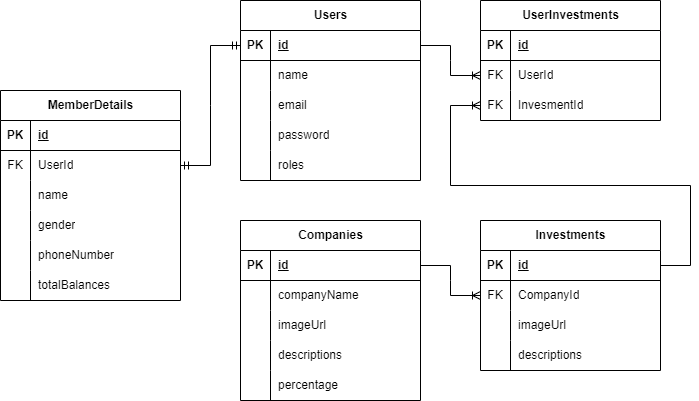
Firkhie/H8-P1-PairProject-Firdig-Annisa keeps this draw.io diagram as Skema ERD.png. Above is the earlier version. Source tidied: cells renumbered, new cells last; positions are measured from the earlier drawing's top-left corner, leaving out a move shared by most shapes.
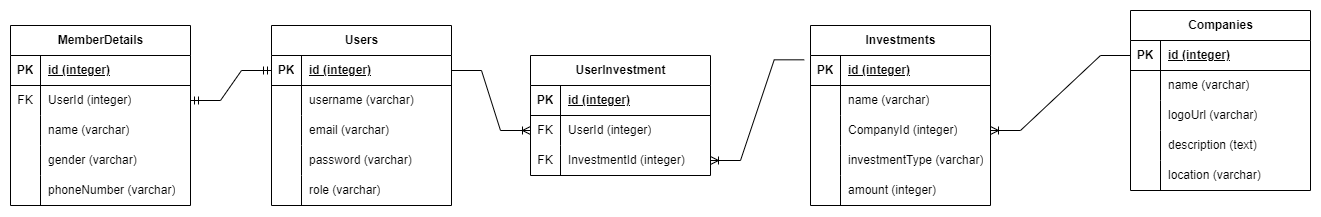
The same diagram one commit later.

Commit message:
revisi ERD

Change to the diagram source:
```diff
@@ -5,3 +5,3 @@
     <mxCell id="2" value="Users" style="shape=table;startSize=30;rowLines=0;fontStyle=1;align=center;html=1;" parent="1" vertex="1">
-      <mxGeometry x="240" width="180" height="180" as="geometry" />
+      <mxGeometry x="211" y="170" width="180" height="180" as="geometry" />
     </mxCell>
@@ -13,3 +13,3 @@
     </mxCell>
-    <mxCell id="5" value="id" style="shape=partialRectangle;fillColor=none;top=0;left=0;bottom=0;right=0;align=left;spacingLeft=6;fontStyle=5;overflow=hidden;whiteSpace=wrap;html=1;" parent="3" vertex="1">
+    <mxCell id="5" value="id&amp;nbsp;(integer)" style="shape=partialRectangle;fillColor=none;top=0;left=0;bottom=0;right=0;align=left;spacingLeft=6;fontStyle=5;overflow=hidden;whiteSpace=wrap;html=1;" parent="3" vertex="1">
       <mxGeometry x="30" width="150" height="30" as="geometry" />
@@ -22,3 +22,3 @@
     </mxCell>
-    <mxCell id="8" value="name" style="shape=partialRectangle;fillColor=none;top=0;left=0;bottom=0;right=0;align=left;spacingLeft=6;overflow=hidden;whiteSpace=wrap;html=1;" parent="6" vertex="1">
+    <mxCell id="8" value="username (varchar)" style="shape=partialRectangle;fillColor=none;top=0;left=0;bottom=0;right=0;align=left;spacingLeft=6;overflow=hidden;whiteSpace=wrap;html=1;" parent="6" vertex="1">
       <mxGeometry x="30" width="150" height="30" as="geometry" />
@@ -31,3 +31,3 @@
     </mxCell>
-    <mxCell id="11" value="email" style="shape=partialRectangle;fillColor=none;top=0;left=0;bottom=0;right=0;align=left;spacingLeft=6;overflow=hidden;whiteSpace=wrap;html=1;" parent="9" vertex="1">
+    <mxCell id="11" value="email (varchar)" style="shape=partialRectangle;fillColor=none;top=0;left=0;bottom=0;right=0;align=left;spacingLeft=6;overflow=hidden;whiteSpace=wrap;html=1;" parent="9" vertex="1">
       <mxGeometry x="30" width="150" height="30" as="geometry" />
@@ -40,3 +40,3 @@
     </mxCell>
-    <mxCell id="14" value="password" style="shape=partialRectangle;fillColor=none;top=0;left=0;bottom=0;right=0;align=left;spacingLeft=6;overflow=hidden;whiteSpace=wrap;html=1;" parent="12" vertex="1">
+    <mxCell id="14" value="password (varchar)" style="shape=partialRectangle;fillColor=none;top=0;left=0;bottom=0;right=0;align=left;spacingLeft=6;overflow=hidden;whiteSpace=wrap;html=1;" parent="12" vertex="1">
       <mxGeometry x="30" width="150" height="30" as="geometry" />
@@ -49,3 +49,3 @@
     </mxCell>
-    <mxCell id="17" value="roles" style="shape=partialRectangle;fillColor=none;top=0;left=0;bottom=0;right=0;align=left;spacingLeft=6;overflow=hidden;whiteSpace=wrap;html=1;" parent="15" vertex="1">
+    <mxCell id="17" value="role (varchar)" style="shape=partialRectangle;fillColor=none;top=0;left=0;bottom=0;right=0;align=left;spacingLeft=6;overflow=hidden;whiteSpace=wrap;html=1;" parent="15" vertex="1">
       <mxGeometry x="30" width="150" height="30" as="geometry" />
@@ -53,3 +53,3 @@
     <mxCell id="18" value="MemberDetails" style="shape=table;startSize=30;rowLines=0;fontStyle=1;align=center;html=1;" parent="1" vertex="1">
-      <mxGeometry y="90" width="180" height="210" as="geometry" />
+      <mxGeometry x="-50" y="170" width="180" height="180" as="geometry" />
     </mxCell>
@@ -61,3 +61,3 @@
     </mxCell>
-    <mxCell id="21" value="id" style="shape=partialRectangle;fillColor=none;top=0;left=0;bottom=0;right=0;align=left;spacingLeft=6;fontStyle=5;overflow=hidden;whiteSpace=wrap;html=1;" parent="19" vertex="1">
+    <mxCell id="21" value="id&amp;nbsp;(integer)" style="shape=partialRectangle;fillColor=none;top=0;left=0;bottom=0;right=0;align=left;spacingLeft=6;fontStyle=5;overflow=hidden;whiteSpace=wrap;html=1;" parent="19" vertex="1">
       <mxGeometry x="30" width="150" height="30" as="geometry" />
@@ -70,3 +70,3 @@
     </mxCell>
-    <mxCell id="24" value="UserId" style="shape=partialRectangle;fillColor=none;top=0;left=0;bottom=0;right=0;align=left;spacingLeft=6;overflow=hidden;whiteSpace=wrap;html=1;" parent="22" vertex="1">
+    <mxCell id="24" value="UserId (integer)" style="shape=partialRectangle;fillColor=none;top=0;left=0;bottom=0;right=0;align=left;spacingLeft=6;overflow=hidden;whiteSpace=wrap;html=1;" parent="22" vertex="1">
       <mxGeometry x="30" width="150" height="30" as="geometry" />
@@ -79,3 +79,3 @@
     </mxCell>
-    <mxCell id="27" value="name" style="shape=partialRectangle;fillColor=none;top=0;left=0;bottom=0;right=0;align=left;spacingLeft=6;overflow=hidden;whiteSpace=wrap;html=1;" parent="25" vertex="1">
+    <mxCell id="27" value="name (varchar)" style="shape=partialRectangle;fillColor=none;top=0;left=0;bottom=0;right=0;align=left;spacingLeft=6;overflow=hidden;whiteSpace=wrap;html=1;" parent="25" vertex="1">
       <mxGeometry x="30" width="150" height="30" as="geometry" />
@@ -88,3 +88,3 @@
     </mxCell>
-    <mxCell id="30" value="gender" style="shape=partialRectangle;fillColor=none;top=0;left=0;bottom=0;right=0;align=left;spacingLeft=6;overflow=hidden;whiteSpace=wrap;html=1;" parent="28" vertex="1">
+    <mxCell id="30" value="gender (varchar)" style="shape=partialRectangle;fillColor=none;top=0;left=0;bottom=0;right=0;align=left;spacingLeft=6;overflow=hidden;whiteSpace=wrap;html=1;" parent="28" vertex="1">
       <mxGeometry x="30" width="150" height="30" as="geometry" />
@@ -97,16 +97,7 @@
     </mxCell>
-    <mxCell id="33" value="phoneNumber" style="shape=partialRectangle;fillColor=none;top=0;left=0;bottom=0;right=0;align=left;spacingLeft=6;overflow=hidden;whiteSpace=wrap;html=1;" parent="31" vertex="1">
+    <mxCell id="33" value="phoneNumber (varchar)" style="shape=partialRectangle;fillColor=none;top=0;left=0;bottom=0;right=0;align=left;spacingLeft=6;overflow=hidden;whiteSpace=wrap;html=1;" parent="31" vertex="1">
       <mxGeometry x="30" width="150" height="30" as="geometry" />
     </mxCell>
-    <mxCell id="34" style="shape=tableRow;horizontal=0;startSize=0;swimlaneHead=0;swimlaneBody=0;fillColor=none;top=0;left=0;right=0;bottom=0;" parent="18" vertex="1">
-      <mxGeometry y="180" width="180" height="30" as="geometry" />
-    </mxCell>
-    <mxCell id="35" style="shape=partialRectangle;fillColor=none;top=0;left=0;bottom=0;right=0;overflow=hidden;whiteSpace=wrap;html=1;" parent="34" vertex="1">
-      <mxGeometry width="30" height="30" as="geometry" />
-    </mxCell>
-    <mxCell id="36" value="totalBalances" style="shape=partialRectangle;fillColor=none;top=0;left=0;bottom=0;right=0;align=left;spacingLeft=6;overflow=hidden;whiteSpace=wrap;html=1;" parent="34" vertex="1">
-      <mxGeometry x="30" width="150" height="30" as="geometry" />
-    </mxCell>
     <mxCell id="37" value="Companies" style="shape=table;startSize=30;rowLines=0;fontStyle=1;align=center;html=1;" parent="1" vertex="1">
-      <mxGeometry x="240" y="220" width="180" height="180" as="geometry" />
+      <mxGeometry x="1070" y="155" width="180" height="180" as="geometry" />
     </mxCell>
@@ -118,3 +109,3 @@
     </mxCell>
-    <mxCell id="40" value="id" style="shape=partialRectangle;fillColor=none;top=0;left=0;bottom=0;right=0;align=left;spacingLeft=6;fontStyle=5;overflow=hidden;whiteSpace=wrap;html=1;" parent="38" vertex="1">
+    <mxCell id="40" value="id&amp;nbsp;(integer)" style="shape=partialRectangle;fillColor=none;top=0;left=0;bottom=0;right=0;align=left;spacingLeft=6;fontStyle=5;overflow=hidden;whiteSpace=wrap;html=1;" parent="38" vertex="1">
       <mxGeometry x="30" width="150" height="30" as="geometry" />
@@ -127,3 +118,3 @@
     </mxCell>
-    <mxCell id="43" value="companyName" style="shape=partialRectangle;fillColor=none;top=0;left=0;bottom=0;right=0;align=left;spacingLeft=6;overflow=hidden;whiteSpace=wrap;html=1;" parent="41" vertex="1">
+    <mxCell id="43" value="name (varchar)" style="shape=partialRectangle;fillColor=none;top=0;left=0;bottom=0;right=0;align=left;spacingLeft=6;overflow=hidden;whiteSpace=wrap;html=1;" parent="41" vertex="1">
       <mxGeometry x="30" width="150" height="30" as="geometry" />
@@ -136,3 +127,3 @@
     </mxCell>
-    <mxCell id="46" value="imageUrl" style="shape=partialRectangle;fillColor=none;top=0;left=0;bottom=0;right=0;align=left;spacingLeft=6;overflow=hidden;whiteSpace=wrap;html=1;" parent="44" vertex="1">
+    <mxCell id="46" value="logoUrl (varchar)" style="shape=partialRectangle;fillColor=none;top=0;left=0;bottom=0;right=0;align=left;spacingLeft=6;overflow=hidden;whiteSpace=wrap;html=1;" parent="44" vertex="1">
       <mxGeometry x="30" width="150" height="30" as="geometry" />
@@ -145,3 +136,3 @@
     </mxCell>
-    <mxCell id="49" value="descriptions" style="shape=partialRectangle;fillColor=none;top=0;left=0;bottom=0;right=0;align=left;spacingLeft=6;overflow=hidden;whiteSpace=wrap;html=1;" parent="47" vertex="1">
+    <mxCell id="49" value="description (text)" style="shape=partialRectangle;fillColor=none;top=0;left=0;bottom=0;right=0;align=left;spacingLeft=6;overflow=hidden;whiteSpace=wrap;html=1;" parent="47" vertex="1">
       <mxGeometry x="30" width="150" height="30" as="geometry" />
@@ -154,7 +145,7 @@
     </mxCell>
-    <mxCell id="52" value="percentage" style="shape=partialRectangle;fillColor=none;top=0;left=0;bottom=0;right=0;align=left;spacingLeft=6;overflow=hidden;whiteSpace=wrap;html=1;" parent="50" vertex="1">
+    <mxCell id="52" value="location (varchar)" style="shape=partialRectangle;fillColor=none;top=0;left=0;bottom=0;right=0;align=left;spacingLeft=6;overflow=hidden;whiteSpace=wrap;html=1;" parent="50" vertex="1">
       <mxGeometry x="30" width="150" height="30" as="geometry" />
     </mxCell>
-    <mxCell id="53" value="UserInvestments" style="shape=table;startSize=30;rowLines=0;fontStyle=1;align=center;html=1;" parent="1" vertex="1">
-      <mxGeometry x="480" width="180" height="120" as="geometry" />
+    <mxCell id="53" value="UserInvestment" style="shape=table;startSize=30;rowLines=0;fontStyle=1;align=center;html=1;" parent="1" vertex="1">
+      <mxGeometry x="470" y="200" width="180" height="120" as="geometry" />
     </mxCell>
@@ -166,3 +157,3 @@
     </mxCell>
-    <mxCell id="56" value="id" style="shape=partialRectangle;fillColor=none;top=0;left=0;bottom=0;right=0;align=left;spacingLeft=6;fontStyle=5;overflow=hidden;whiteSpace=wrap;html=1;" parent="54" vertex="1">
+    <mxCell id="56" value="id&amp;nbsp;(integer)" style="shape=partialRectangle;fillColor=none;top=0;left=0;bottom=0;right=0;align=left;spacingLeft=6;fontStyle=5;overflow=hidden;whiteSpace=wrap;html=1;" parent="54" vertex="1">
       <mxGeometry x="30" width="150" height="30" as="geometry" />
@@ -175,3 +166,3 @@
     </mxCell>
-    <mxCell id="59" value="UserId" style="shape=partialRectangle;fillColor=none;top=0;left=0;bottom=0;right=0;align=left;spacingLeft=6;overflow=hidden;whiteSpace=wrap;html=1;" parent="57" vertex="1">
+    <mxCell id="59" value="UserId (integer)" style="shape=partialRectangle;fillColor=none;top=0;left=0;bottom=0;right=0;align=left;spacingLeft=6;overflow=hidden;whiteSpace=wrap;html=1;" parent="57" vertex="1">
       <mxGeometry x="30" width="150" height="30" as="geometry" />
@@ -184,3 +175,3 @@
     </mxCell>
-    <mxCell id="62" value="InvesmentId" style="shape=partialRectangle;fillColor=none;top=0;left=0;bottom=0;right=0;align=left;spacingLeft=6;overflow=hidden;whiteSpace=wrap;html=1;" parent="60" vertex="1">
+    <mxCell id="62" value="InvestmentId (integer)" style="shape=partialRectangle;fillColor=none;top=0;left=0;bottom=0;right=0;align=left;spacingLeft=6;overflow=hidden;whiteSpace=wrap;html=1;" parent="60" vertex="1">
       <mxGeometry x="30" width="150" height="30" as="geometry" />
@@ -193,4 +184,7 @@
     </mxCell>
+    <mxCell id="80" style="edgeStyle=entityRelationEdgeStyle;fontSize=12;html=1;endArrow=ERoneToMany;rounded=0;exitX=0;exitY=0.5;exitDx=0;exitDy=0;entryX=1;entryY=0.5;entryDx=0;entryDy=0;" parent="1" edge="1" source="38" target="72">
+      <mxGeometry relative="1" as="geometry" />
+    </mxCell>
     <mxCell id="65" value="Investments" style="shape=table;startSize=30;rowLines=0;fontStyle=1;align=center;html=1;" parent="1" vertex="1">
-      <mxGeometry x="480" y="220" width="180" height="150" as="geometry" />
+      <mxGeometry x="750" y="170" width="180" height="180" as="geometry" />
     </mxCell>
@@ -202,5 +196,5 @@
     </mxCell>
-    <mxCell id="68" value="id" style="shape=partialRectangle;fillColor=none;top=0;left=0;bottom=0;right=0;align=left;spacingLeft=6;fontStyle=5;overflow=hidden;whiteSpace=wrap;html=1;" parent="66" vertex="1">
-      <mxGeometry x="30" width="150" height="30" as="geometry" />
-    </mxCell>
+    <mxCell id="81" value="id&amp;nbsp;(integer)" style="shape=partialRectangle;fillColor=none;top=0;left=0;bottom=0;right=0;align=left;spacingLeft=6;fontStyle=5;overflow=hidden;whiteSpace=wrap;html=1;" parent="66" vertex="1">
+      <mxGeometry x="30" width="150" height="30" as="geometry" />
+    </mxCell>
     <mxCell id="69" style="shape=tableRow;horizontal=0;startSize=0;swimlaneHead=0;swimlaneBody=0;fillColor=none;points=[[0,0.5],[1,0.5]];portConstraint=eastwest;top=0;left=0;right=0;bottom=0;" parent="65" vertex="1">
@@ -208,8 +202,8 @@
     </mxCell>
-    <mxCell id="70" value="FK" style="shape=partialRectangle;fillColor=none;top=0;left=0;bottom=0;right=0;overflow=hidden;whiteSpace=wrap;html=1;" parent="69" vertex="1">
-      <mxGeometry width="30" height="30" as="geometry" />
-    </mxCell>
-    <mxCell id="71" value="CompanyId" style="shape=partialRectangle;fillColor=none;top=0;left=0;bottom=0;right=0;align=left;spacingLeft=6;overflow=hidden;whiteSpace=wrap;html=1;" parent="69" vertex="1">
-      <mxGeometry x="30" width="150" height="30" as="geometry" />
-    </mxCell>
+    <mxCell id="82" style="shape=partialRectangle;fillColor=none;top=0;left=0;bottom=0;right=0;overflow=hidden;whiteSpace=wrap;html=1;" parent="69" vertex="1">
+      <mxGeometry width="30" height="30" as="geometry" />
+    </mxCell>
+    <mxCell id="83" value="name (varchar)" style="shape=partialRectangle;fillColor=none;top=0;left=0;bottom=0;right=0;align=left;spacingLeft=6;overflow=hidden;whiteSpace=wrap;html=1;" parent="69" vertex="1">
+      <mxGeometry x="30" width="150" height="30" as="geometry" />
+    </mxCell>
     <mxCell id="72" style="shape=tableRow;horizontal=0;startSize=0;swimlaneHead=0;swimlaneBody=0;fillColor=none;points=[[0,0.5],[1,0.5]];portConstraint=eastwest;top=0;left=0;right=0;bottom=0;" parent="65" vertex="1">
@@ -217,8 +211,8 @@
     </mxCell>
-    <mxCell id="73" style="shape=partialRectangle;fillColor=none;top=0;left=0;bottom=0;right=0;overflow=hidden;whiteSpace=wrap;html=1;" parent="72" vertex="1">
-      <mxGeometry width="30" height="30" as="geometry" />
-    </mxCell>
-    <mxCell id="74" value="imageUrl" style="shape=partialRectangle;fillColor=none;top=0;left=0;bottom=0;right=0;align=left;spacingLeft=6;overflow=hidden;whiteSpace=wrap;html=1;" parent="72" vertex="1">
-      <mxGeometry x="30" width="150" height="30" as="geometry" />
-    </mxCell>
+    <mxCell id="84" style="shape=partialRectangle;fillColor=none;top=0;left=0;bottom=0;right=0;overflow=hidden;whiteSpace=wrap;html=1;" parent="72" vertex="1">
+      <mxGeometry width="30" height="30" as="geometry" />
+    </mxCell>
+    <mxCell id="85" value="CompanyId (integer)" style="shape=partialRectangle;fillColor=none;top=0;left=0;bottom=0;right=0;align=left;spacingLeft=6;overflow=hidden;whiteSpace=wrap;html=1;" parent="72" vertex="1">
+      <mxGeometry x="30" width="150" height="30" as="geometry" />
+    </mxCell>
     <mxCell id="75" style="shape=tableRow;horizontal=0;startSize=0;swimlaneHead=0;swimlaneBody=0;fillColor=none;top=0;left=0;right=0;bottom=0;" parent="65" vertex="1">
@@ -226,16 +220,20 @@
     </mxCell>
-    <mxCell id="76" style="shape=partialRectangle;fillColor=none;top=0;left=0;bottom=0;right=0;overflow=hidden;whiteSpace=wrap;html=1;" parent="75" vertex="1">
-      <mxGeometry width="30" height="30" as="geometry" />
-    </mxCell>
-    <mxCell id="77" value="descriptions" style="shape=partialRectangle;fillColor=none;top=0;left=0;bottom=0;right=0;align=left;spacingLeft=6;overflow=hidden;whiteSpace=wrap;html=1;" parent="75" vertex="1">
-      <mxGeometry x="30" width="150" height="30" as="geometry" />
-    </mxCell>
-    <mxCell id="78" style="edgeStyle=entityRelationEdgeStyle;fontSize=12;html=1;endArrow=ERoneToMany;rounded=0;entryX=0;entryY=0.5;entryDx=0;entryDy=0;exitX=1;exitY=0.5;exitDx=0;exitDy=0;" parent="1" edge="1" source="38" target="69">
-      <mxGeometry relative="1" as="geometry" />
-    </mxCell>
-    <mxCell id="79" style="edgeStyle=entityRelationEdgeStyle;fontSize=12;html=1;endArrow=ERoneToMany;rounded=0;exitX=1;exitY=0.5;exitDx=0;exitDy=0;" parent="1" edge="1" source="66">
-      <mxGeometry relative="1" as="geometry">
-        <mxPoint x="480" y="105" as="targetPoint" />
-      </mxGeometry>
-    </mxCell>
+    <mxCell id="86" style="shape=partialRectangle;fillColor=none;top=0;left=0;bottom=0;right=0;overflow=hidden;whiteSpace=wrap;html=1;" parent="75" vertex="1">
+      <mxGeometry width="30" height="30" as="geometry" />
+    </mxCell>
+    <mxCell id="87" value="investmentType (varchar)" style="shape=partialRectangle;fillColor=none;top=0;left=0;bottom=0;right=0;align=left;spacingLeft=6;overflow=hidden;whiteSpace=wrap;html=1;" parent="75" vertex="1">
+      <mxGeometry x="30" width="150" height="30" as="geometry" />
+    </mxCell>
+    <mxCell id="88" style="shape=tableRow;horizontal=0;startSize=0;swimlaneHead=0;swimlaneBody=0;fillColor=none;top=0;left=0;right=0;bottom=0;" parent="65" vertex="1">
+      <mxGeometry y="150" width="180" height="30" as="geometry" />
+    </mxCell>
+    <mxCell id="89" style="shape=partialRectangle;fillColor=none;top=0;left=0;bottom=0;right=0;overflow=hidden;whiteSpace=wrap;html=1;" parent="88" vertex="1">
+      <mxGeometry width="30" height="30" as="geometry" />
+    </mxCell>
+    <mxCell id="90" value="amount (integer)" style="shape=partialRectangle;fillColor=none;top=0;left=0;bottom=0;right=0;align=left;spacingLeft=6;overflow=hidden;whiteSpace=wrap;html=1;" parent="88" vertex="1">
+      <mxGeometry x="30" width="150" height="30" as="geometry" />
+    </mxCell>
+    <mxCell id="91" style="edgeStyle=entityRelationEdgeStyle;fontSize=12;html=1;endArrow=ERoneToMany;rounded=0;entryX=1;entryY=0.5;entryDx=0;entryDy=0;exitX=-0.035;exitY=0.144;exitDx=0;exitDy=0;exitPerimeter=0;" parent="1" edge="1" source="66" target="60">
+      <mxGeometry relative="1" as="geometry" />
+    </mxCell>
   </root>
```
